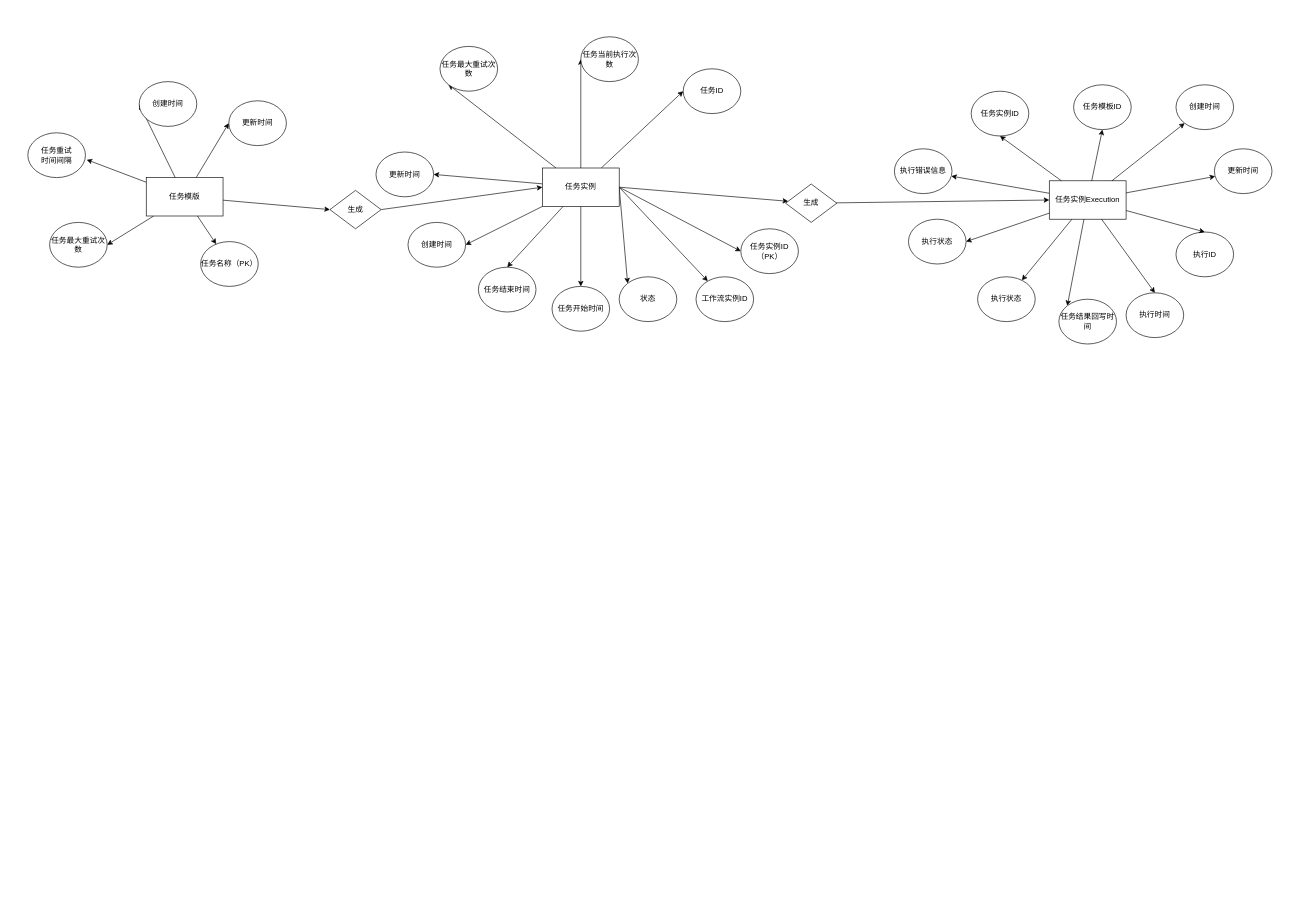
Earlier version of the draw.io diagram 顺序任务.drawio (DotDotGeng/drawio_pic). Source tidied: cells renumbered, new cells numbered last; positions are measured from the earlier drawing's top-left corner, leaving out a move shared by most shapes. Both pictures are drawn from the tidied source at 64%, with x=0, y=0 at pixel (28, 36).
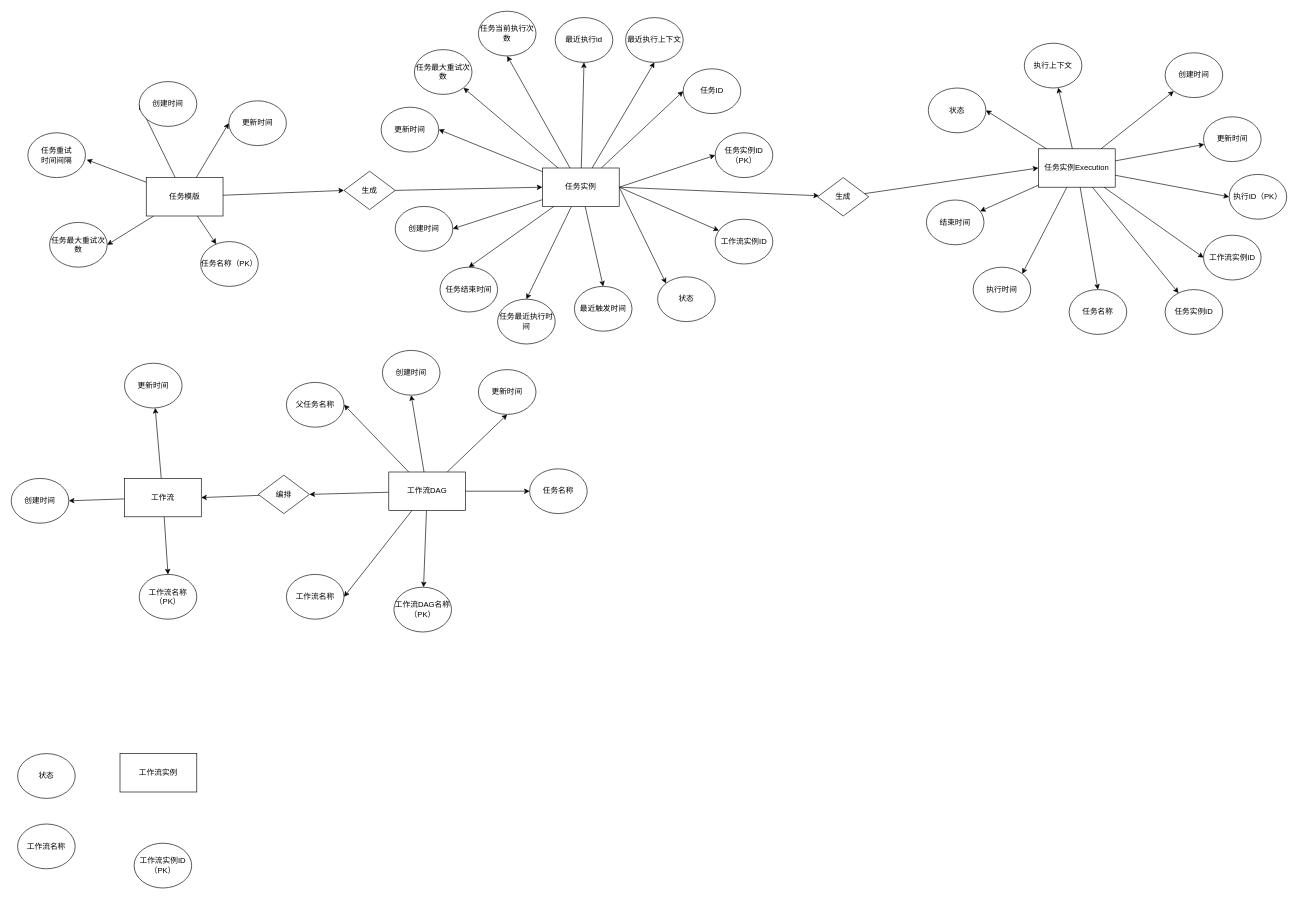
The same page after the edit.

Commit message (it also covers changes not shown here):
更新顺序任务.drawio

The change refers to these unchanged cells:
```xml
<mxCell id="15" value="任务实例" style="rounded=0;whiteSpace=wrap;html=1;" parent="1" vertex="1">
  <mxGeometry x="804" y="205" width="120" height="60" as="geometry" />
</mxCell>
```

Change to the diagram source:
```diff
@@
     <mxCell id="4" value="任务实例ID（PK）" style="ellipse;whiteSpace=wrap;html=1;" parent="1" vertex="1">
-      <mxGeometry x="1114" y="300" width="90" height="70" as="geometry" />
+      <mxGeometry x="1074" y="150" width="90" height="70" as="geometry" />
     </mxCell>
     <mxCell id="5" value="状态" style="ellipse;whiteSpace=wrap;html=1;" parent="1" vertex="1">
-      <mxGeometry x="924" y="375" width="90" height="70" as="geometry" />
+      <mxGeometry x="984" y="375" width="90" height="70" as="geometry" />
     </mxCell>
@@
-    <mxCell id="12" style="rounded=0;jettySize=auto;html=1;entryX=0;entryY=0.5;entryDx=0;entryDy=0;" parent="1" edge="1" source="15" target="37">
+    <mxCell id="12" style="rounded=0;jettySize=auto;html=1;entryX=0.5;entryY=1;entryDx=0;entryDy=0;" parent="1" edge="1" source="15" target="37">
       <mxGeometry relative="1" as="geometry" />
     </mxCell>
-    <mxCell id="13" style="rounded=0;jettySize=auto;html=1;entryX=0;entryY=1;entryDx=0;entryDy=0;" parent="1" edge="1" source="15" target="38">
+    <mxCell id="13" style="rounded=0;jettySize=auto;html=1;entryX=1;entryY=1;entryDx=0;entryDy=0;" parent="1" edge="1" source="15" target="38">
       <mxGeometry relative="1" as="geometry" />
     </mxCell>
@@
+    <mxCell id="61" style="rounded=0;jettySize=auto;html=1;entryX=0.5;entryY=1;entryDx=0;entryDy=0;" parent="1" edge="1" source="15" target="64">
+      <mxGeometry relative="1" as="geometry" />
+    </mxCell>
+    <mxCell id="62" style="rounded=0;jettySize=auto;html=1;entryX=0.5;entryY=1;entryDx=0;entryDy=0;" parent="1" edge="1" source="15" target="65">
+      <mxGeometry relative="1" as="geometry" />
+    </mxCell>
+    <mxCell id="63" style="rounded=0;jettySize=auto;html=1;entryX=0.5;entryY=0;entryDx=0;entryDy=0;" parent="1" edge="1" source="15" target="66">
+      <mxGeometry relative="1" as="geometry" />
+    </mxCell>
@@
-    <mxCell id="16" value="任务开始时间" style="ellipse;whiteSpace=wrap;html=1;" parent="1" vertex="1">
-      <mxGeometry x="819" y="390" width="90" height="70" as="geometry" />
+    <mxCell id="16" value="最近触发时间" style="ellipse;whiteSpace=wrap;html=1;" parent="1" vertex="1">
+      <mxGeometry x="854" y="390" width="90" height="70" as="geometry" />
     </mxCell>
     <mxCell id="17" value="任务结束时间" style="ellipse;whiteSpace=wrap;html=1;" parent="1" vertex="1">
-      <mxGeometry x="704" y="360" width="90" height="70" as="geometry" />
+      <mxGeometry x="644" y="360" width="90" height="70" as="geometry" />
     </mxCell>
     <mxCell id="18" value="创建时间" style="ellipse;whiteSpace=wrap;html=1;" parent="1" vertex="1">
-      <mxGeometry x="594" y="290" width="90" height="70" as="geometry" />
+      <mxGeometry x="574" y="265" width="90" height="70" as="geometry" />
     </mxCell>
     <mxCell id="19" value="更新时间" style="ellipse;whiteSpace=wrap;html=1;" parent="1" vertex="1">
-      <mxGeometry x="544" y="180" width="90" height="70" as="geometry" />
+      <mxGeometry x="552" y="110" width="90" height="70" as="geometry" />
     </mxCell>
@@
     <mxCell id="33" value="生成" style="rhombus;whiteSpace=wrap;html=1;" parent="1" vertex="1">
-      <mxGeometry x="472" y="240" width="80" height="60" as="geometry" />
+      <mxGeometry x="494" y="210" width="80" height="60" as="geometry" />
     </mxCell>
     <mxCell id="34" value="生成" style="rhombus;whiteSpace=wrap;html=1;" parent="1" vertex="1">
-      <mxGeometry x="1184" y="230" width="80" height="60" as="geometry" />
+      <mxGeometry x="1234" y="220" width="80" height="60" as="geometry" />
     </mxCell>
-    <mxCell id="35" value="任务结果回写时间" style="ellipse;whiteSpace=wrap;html=1;" parent="1" vertex="1">
-      <mxGeometry x="1611" y="410" width="90" height="70" as="geometry" />
-    </mxCell>
@@
     <mxCell id="37" value="任务当前执行次数" style="ellipse;whiteSpace=wrap;html=1;" parent="1" vertex="1">
-      <mxGeometry x="864" width="90" height="70" as="geometry" />
+      <mxGeometry x="704" y="-40" width="90" height="70" as="geometry" />
     </mxCell>
     <mxCell id="38" value="任务最大重试次数" style="ellipse;whiteSpace=wrap;html=1;" parent="1" vertex="1">
-      <mxGeometry x="644" y="15" width="90" height="70" as="geometry" />
+      <mxGeometry x="604" y="20" width="90" height="70" as="geometry" />
     </mxCell>
+    <mxCell id="60" value="工作流实例ID" style="ellipse;whiteSpace=wrap;html=1;" parent="1" vertex="1">
+      <mxGeometry x="1074" y="285" width="90" height="70" as="geometry" />
+    </mxCell>
+    <mxCell id="64" value="最近执行id" style="ellipse;whiteSpace=wrap;html=1;" parent="1" vertex="1">
+      <mxGeometry x="824" y="-30" width="90" height="70" as="geometry" />
+    </mxCell>
+    <mxCell id="65" value="最近执行上下文" style="ellipse;whiteSpace=wrap;html=1;" parent="1" vertex="1">
+      <mxGeometry x="934" y="-30" width="90" height="70" as="geometry" />
+    </mxCell>
+    <mxCell id="66" value="任务最近执行时间" style="ellipse;whiteSpace=wrap;html=1;" parent="1" vertex="1">
+      <mxGeometry x="734" y="410" width="90" height="70" as="geometry" />
+    </mxCell>
+    <mxCell id="67" style="group;" parent="1" vertex="1">
+      <mxGeometry x="1404" y="10" width="563" height="455" as="geometry" />
+    </mxCell>
+    <mxCell id="35" value="执行时间" style="ellipse;whiteSpace=wrap;html=1;" parent="67" vertex="1">
+      <mxGeometry x="73" y="350" width="90" height="70" as="geometry" />
+    </mxCell>
-    <mxCell id="39" value="任务实例Execution" style="rounded=0;whiteSpace=wrap;html=1;" parent="1" vertex="1">
-      <mxGeometry x="1596" y="225" width="120" height="60" as="geometry" />
+    <mxCell id="39" value="任务实例Execution" style="rounded=0;whiteSpace=wrap;html=1;" parent="67" vertex="1">
+      <mxGeometry x="175" y="165" width="120" height="60" as="geometry" />
     </mxCell>
-    <mxCell id="40" value="创建时间" style="ellipse;whiteSpace=wrap;html=1;" parent="1" vertex="1">
-      <mxGeometry x="1794" y="75" width="90" height="70" as="geometry" />
+    <mxCell id="40" value="创建时间" style="ellipse;whiteSpace=wrap;html=1;" parent="67" vertex="1">
+      <mxGeometry x="373" y="15" width="90" height="70" as="geometry" />
     </mxCell>
-    <mxCell id="41" style="rounded=0;jettySize=auto;html=1;" parent="1" edge="1" source="39" target="40">
+    <mxCell id="41" style="rounded=0;jettySize=auto;html=1;" parent="67" edge="1" source="39" target="40">
       <mxGeometry relative="1" as="geometry" />
     </mxCell>
-    <mxCell id="42" value="更新时间" style="ellipse;whiteSpace=wrap;html=1;" parent="1" vertex="1">
-      <mxGeometry x="1854" y="175" width="90" height="70" as="geometry" />
+    <mxCell id="42" value="更新时间" style="ellipse;whiteSpace=wrap;html=1;" parent="67" vertex="1">
+      <mxGeometry x="433" y="115" width="90" height="70" as="geometry" />
     </mxCell>
-    <mxCell id="43" style="rounded=0;jettySize=auto;html=1;" parent="1" edge="1" source="39" target="42">
+    <mxCell id="43" style="rounded=0;jettySize=auto;html=1;" parent="67" edge="1" source="39" target="42">
       <mxGeometry relative="1" as="geometry" />
     </mxCell>
-    <mxCell id="44" value="执行ID" style="ellipse;whiteSpace=wrap;html=1;" parent="1" vertex="1">
-      <mxGeometry x="1794" y="305" width="90" height="70" as="geometry" />
+    <mxCell id="44" value="执行ID（PK）" style="ellipse;whiteSpace=wrap;html=1;" parent="67" vertex="1">
+      <mxGeometry x="473" y="205" width="90" height="70" as="geometry" />
     </mxCell>
-    <mxCell id="45" style="rounded=0;jettySize=auto;html=1;entryX=0.5;entryY=0;entryDx=0;entryDy=0;" parent="1" edge="1" source="39" target="44">
+    <mxCell id="45" style="rounded=0;jettySize=auto;html=1;entryX=0;entryY=0.5;entryDx=0;entryDy=0;" parent="67" edge="1" source="39" target="44">
       <mxGeometry relative="1" as="geometry" />
     </mxCell>
-    <mxCell id="46" value="执行时间" style="ellipse;whiteSpace=wrap;html=1;" parent="1" vertex="1">
-      <mxGeometry x="1716" y="400" width="90" height="70" as="geometry" />
-    </mxCell>
-    <mxCell id="47" style="rounded=0;jettySize=auto;html=1;entryX=0.5;entryY=0;entryDx=0;entryDy=0;" parent="1" edge="1" source="39" target="46">
-      <mxGeometry relative="1" as="geometry" />
-    </mxCell>
-    <mxCell id="48" value="执行状态" style="ellipse;whiteSpace=wrap;html=1;" parent="1" vertex="1">
-      <mxGeometry x="1484" y="375" width="90" height="70" as="geometry" />
+    <mxCell id="48" value="结束时间" style="ellipse;whiteSpace=wrap;html=1;" parent="67" vertex="1">
+      <mxGeometry y="245" width="90" height="70" as="geometry" />
     </mxCell>
-    <mxCell id="49" style="rounded=0;jettySize=auto;html=1;" parent="1" edge="1" source="39" target="48">
+    <mxCell id="49" style="rounded=0;jettySize=auto;html=1;" parent="67" edge="1" source="39" target="48">
       <mxGeometry relative="1" as="geometry" />
     </mxCell>
-    <mxCell id="50" value="执行状态" style="ellipse;whiteSpace=wrap;html=1;" parent="1" vertex="1">
-      <mxGeometry x="1376" y="285" width="90" height="70" as="geometry" />
+    <mxCell id="50" value="状态" style="ellipse;whiteSpace=wrap;html=1;" parent="67" vertex="1">
+      <mxGeometry x="3" y="70" width="90" height="70" as="geometry" />
     </mxCell>
-    <mxCell id="51" style="rounded=0;jettySize=auto;html=1;entryX=1;entryY=0.5;entryDx=0;entryDy=0;" parent="1" edge="1" source="39" target="50">
+    <mxCell id="51" style="rounded=0;jettySize=auto;html=1;entryX=1;entryY=0.5;entryDx=0;entryDy=0;" parent="67" edge="1" source="39" target="50">
       <mxGeometry relative="1" as="geometry" />
     </mxCell>
-    <mxCell id="52" value="执行错误信息" style="ellipse;whiteSpace=wrap;html=1;" parent="1" vertex="1">
-      <mxGeometry x="1354" y="175" width="90" height="70" as="geometry" />
+    <mxCell id="52" value="执行上下文" style="ellipse;whiteSpace=wrap;html=1;" parent="67" vertex="1">
+      <mxGeometry x="153" width="90" height="70" as="geometry" />
     </mxCell>
-    <mxCell id="53" style="rounded=0;jettySize=auto;html=1;" parent="1" edge="1" source="39" target="52">
+    <mxCell id="53" style="rounded=0;jettySize=auto;html=1;" parent="67" edge="1" source="39" target="52">
       <mxGeometry relative="1" as="geometry" />
     </mxCell>
-    <mxCell id="54" value="任务模板ID" style="ellipse;whiteSpace=wrap;html=1;" parent="1" vertex="1">
-      <mxGeometry x="1634" y="75" width="90" height="70" as="geometry" />
+    <mxCell id="54" value="任务名称" style="ellipse;whiteSpace=wrap;html=1;" parent="67" vertex="1">
+      <mxGeometry x="223" y="385" width="90" height="70" as="geometry" />
     </mxCell>
-    <mxCell id="55" style="rounded=0;jettySize=auto;html=1;entryX=0.5;entryY=1;entryDx=0;entryDy=0;" parent="1" edge="1" source="39" target="54">
+    <mxCell id="55" style="rounded=0;jettySize=auto;html=1;entryX=0.5;entryY=0;entryDx=0;entryDy=0;" parent="67" edge="1" source="39" target="54">
       <mxGeometry relative="1" as="geometry" />
     </mxCell>
-    <mxCell id="56" value="任务实例ID" style="ellipse;whiteSpace=wrap;html=1;" parent="1" vertex="1">
-      <mxGeometry x="1474" y="85" width="90" height="70" as="geometry" />
+    <mxCell id="56" value="任务实例ID" style="ellipse;whiteSpace=wrap;html=1;" parent="67" vertex="1">
+      <mxGeometry x="373" y="385" width="90" height="70" as="geometry" />
     </mxCell>
-    <mxCell id="57" style="rounded=0;jettySize=auto;html=1;entryX=0.5;entryY=1;entryDx=0;entryDy=0;" parent="1" edge="1" source="39" target="56">
+    <mxCell id="57" style="rounded=0;jettySize=auto;html=1;" parent="67" edge="1" source="39" target="56">
       <mxGeometry relative="1" as="geometry" />
     </mxCell>
-    <mxCell id="58" style="rounded=0;jettySize=auto;html=1;entryX=0;entryY=0.5;entryDx=0;entryDy=0;" parent="1" edge="1" source="34" target="39">
+    <mxCell id="58" style="rounded=0;jettySize=auto;html=1;entryX=0;entryY=0.5;entryDx=0;entryDy=0;" parent="67" edge="1" source="34" target="39">
       <mxGeometry relative="1" as="geometry" />
     </mxCell>
-    <mxCell id="59" style="rounded=0;jettySize=auto;html=1;entryX=0;entryY=0;entryDx=0;entryDy=0;" parent="1" edge="1" source="39" target="35">
+    <mxCell id="59" style="rounded=0;jettySize=auto;html=1;entryX=1;entryY=0;entryDx=0;entryDy=0;" parent="67" edge="1" source="39" target="35">
       <mxGeometry relative="1" as="geometry" />
     </mxCell>
-    <mxCell id="60" value="工作流实例ID" style="ellipse;whiteSpace=wrap;html=1;" parent="1" vertex="1">
-      <mxGeometry x="1044" y="375" width="90" height="70" as="geometry" />
-    </mxCell>
+    <mxCell id="68" value="工作流实例ID" style="ellipse;whiteSpace=wrap;html=1;" parent="67" vertex="1">
+      <mxGeometry x="433" y="300" width="90" height="70" as="geometry" />
+    </mxCell>
+    <mxCell id="69" style="rounded=0;jettySize=auto;html=1;entryX=0;entryY=0.5;entryDx=0;entryDy=0;" parent="67" edge="1" source="39" target="68">
+      <mxGeometry relative="1" as="geometry" />
+    </mxCell>
+    <mxCell id="70" style="rounded=0;jettySize=auto;html=1;entryX=0.5;entryY=0;entryDx=0;entryDy=0;" parent="1" edge="1" source="73" target="74">
+      <mxGeometry relative="1" as="geometry" />
+    </mxCell>
+    <mxCell id="71" style="rounded=0;jettySize=auto;html=1;entryX=1;entryY=0.5;entryDx=0;entryDy=0;" parent="1" edge="1" source="73" target="75">
+      <mxGeometry relative="1" as="geometry" />
+    </mxCell>
+    <mxCell id="72" style="rounded=0;jettySize=auto;html=1;" parent="1" edge="1" source="73" target="76">
+      <mxGeometry relative="1" as="geometry" />
+    </mxCell>
+    <mxCell id="73" value="工作流" style="rounded=0;whiteSpace=wrap;html=1;" parent="1" vertex="1">
+      <mxGeometry x="151" y="690" width="120" height="60" as="geometry" />
+    </mxCell>
+    <mxCell id="74" value="工作流名称（PK）" style="ellipse;whiteSpace=wrap;html=1;" parent="1" vertex="1">
+      <mxGeometry x="174" y="840" width="90" height="70" as="geometry" />
+    </mxCell>
+    <mxCell id="75" value="创建时间" style="ellipse;whiteSpace=wrap;html=1;" parent="1" vertex="1">
+      <mxGeometry x="-26" y="690" width="90" height="70" as="geometry" />
+    </mxCell>
+    <mxCell id="76" value="更新时间" style="ellipse;whiteSpace=wrap;html=1;" parent="1" vertex="1">
+      <mxGeometry x="151" y="510" width="90" height="70" as="geometry" />
+    </mxCell>
+    <mxCell id="77" style="rounded=0;jettySize=auto;html=1;" parent="1" edge="1" source="84" target="85">
+      <mxGeometry relative="1" as="geometry" />
+    </mxCell>
+    <mxCell id="78" style="rounded=0;jettySize=auto;html=1;entryX=1;entryY=0.5;entryDx=0;entryDy=0;" parent="1" edge="1" source="84" target="88">
+      <mxGeometry relative="1" as="geometry" />
+    </mxCell>
+    <mxCell id="79" style="rounded=0;jettySize=auto;html=1;entryX=1;entryY=0.5;entryDx=0;entryDy=0;" parent="1" edge="1" source="84" target="86">
+      <mxGeometry relative="1" as="geometry" />
+    </mxCell>
+    <mxCell id="80" style="rounded=0;jettySize=auto;html=1;entryX=0.5;entryY=1;entryDx=0;entryDy=0;" parent="1" edge="1" source="84" target="89">
+      <mxGeometry relative="1" as="geometry" />
+    </mxCell>
+    <mxCell id="81" style="rounded=0;jettySize=auto;html=1;entryX=0.5;entryY=1;entryDx=0;entryDy=0;" parent="1" edge="1" source="84" target="90">
+      <mxGeometry relative="1" as="geometry" />
+    </mxCell>
+    <mxCell id="82" style="rounded=0;jettySize=auto;html=1;" parent="1" edge="1" source="84" target="87">
+      <mxGeometry relative="1" as="geometry" />
+    </mxCell>
+    <mxCell id="83" style="rounded=0;jettySize=auto;html=1;entryX=1;entryY=0.5;entryDx=0;entryDy=0;" parent="1" edge="1" source="84" target="92">
+      <mxGeometry relative="1" as="geometry" />
+    </mxCell>
+    <mxCell id="84" value="工作流DAG" style="rounded=0;whiteSpace=wrap;html=1;" parent="1" vertex="1">
+      <mxGeometry x="564" y="680" width="120" height="60" as="geometry" />
+    </mxCell>
+    <mxCell id="85" value="工作流DAG名称（PK）" style="ellipse;whiteSpace=wrap;html=1;" parent="1" vertex="1">
+      <mxGeometry x="572" y="860" width="90" height="70" as="geometry" />
+    </mxCell>
+    <mxCell id="86" value="工作流名称" style="ellipse;whiteSpace=wrap;html=1;" parent="1" vertex="1">
+      <mxGeometry x="404" y="840" width="90" height="70" as="geometry" />
+    </mxCell>
+    <mxCell id="87" value="任务名称" style="ellipse;whiteSpace=wrap;html=1;" parent="1" vertex="1">
+      <mxGeometry x="784" y="675" width="90" height="70" as="geometry" />
+    </mxCell>
+    <mxCell id="88" value="父任务名称" style="ellipse;whiteSpace=wrap;html=1;" parent="1" vertex="1">
+      <mxGeometry x="404" y="540" width="90" height="70" as="geometry" />
+    </mxCell>
+    <mxCell id="89" value="创建时间" style="ellipse;whiteSpace=wrap;html=1;" parent="1" vertex="1">
+      <mxGeometry x="554" y="490" width="90" height="70" as="geometry" />
+    </mxCell>
+    <mxCell id="90" value="更新时间" style="ellipse;whiteSpace=wrap;html=1;" parent="1" vertex="1">
+      <mxGeometry x="704" y="520" width="90" height="70" as="geometry" />
+    </mxCell>
+    <mxCell id="91" style="rounded=0;jettySize=auto;html=1;entryX=1;entryY=0.5;entryDx=0;entryDy=0;" parent="1" edge="1" source="92" target="73">
+      <mxGeometry relative="1" as="geometry" />
+    </mxCell>
+    <mxCell id="92" value="编排" style="rhombus;whiteSpace=wrap;html=1;" parent="1" vertex="1">
+      <mxGeometry x="360" y="685" width="80" height="60" as="geometry" />
+    </mxCell>
+    <mxCell id="93" value="工作流实例" style="rounded=0;whiteSpace=wrap;html=1;" parent="1" vertex="1">
+      <mxGeometry x="144" y="1120" width="120" height="60" as="geometry" />
+    </mxCell>
+    <mxCell id="94" value="工作流实例ID（PK）" style="ellipse;whiteSpace=wrap;html=1;" parent="1" vertex="1">
+      <mxGeometry x="166" y="1260" width="90" height="70" as="geometry" />
+    </mxCell>
+    <mxCell id="95" value="工作流名称" style="ellipse;whiteSpace=wrap;html=1;" parent="1" vertex="1">
+      <mxGeometry x="-16" y="1230" width="90" height="70" as="geometry" />
+    </mxCell>
+    <mxCell id="96" value="状态" style="ellipse;whiteSpace=wrap;html=1;" parent="1" vertex="1">
+      <mxGeometry x="-16" y="1120" width="90" height="70" as="geometry" />
+    </mxCell>
```
